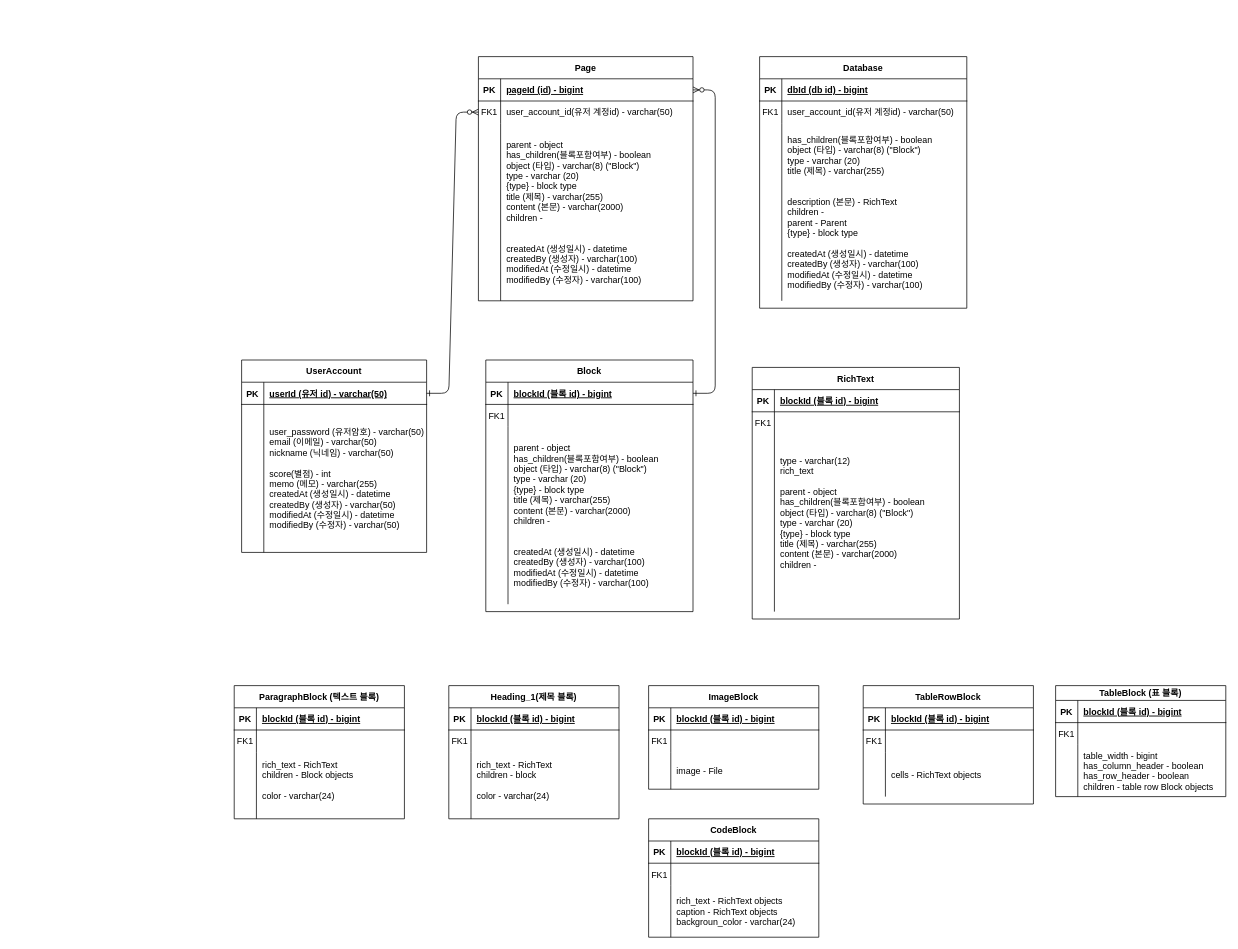
Before: capstone.drawio in jyzayu/capstone-back, a draw.io diagram. Source tidied: cells renumbered, new cells numbered last; positions are measured from the earlier drawing's top-left corner, leaving out a move shared by most shapes. Both pictures are drawn from the tidied source at 74%, with x=0, y=0 at pixel (234, 56).
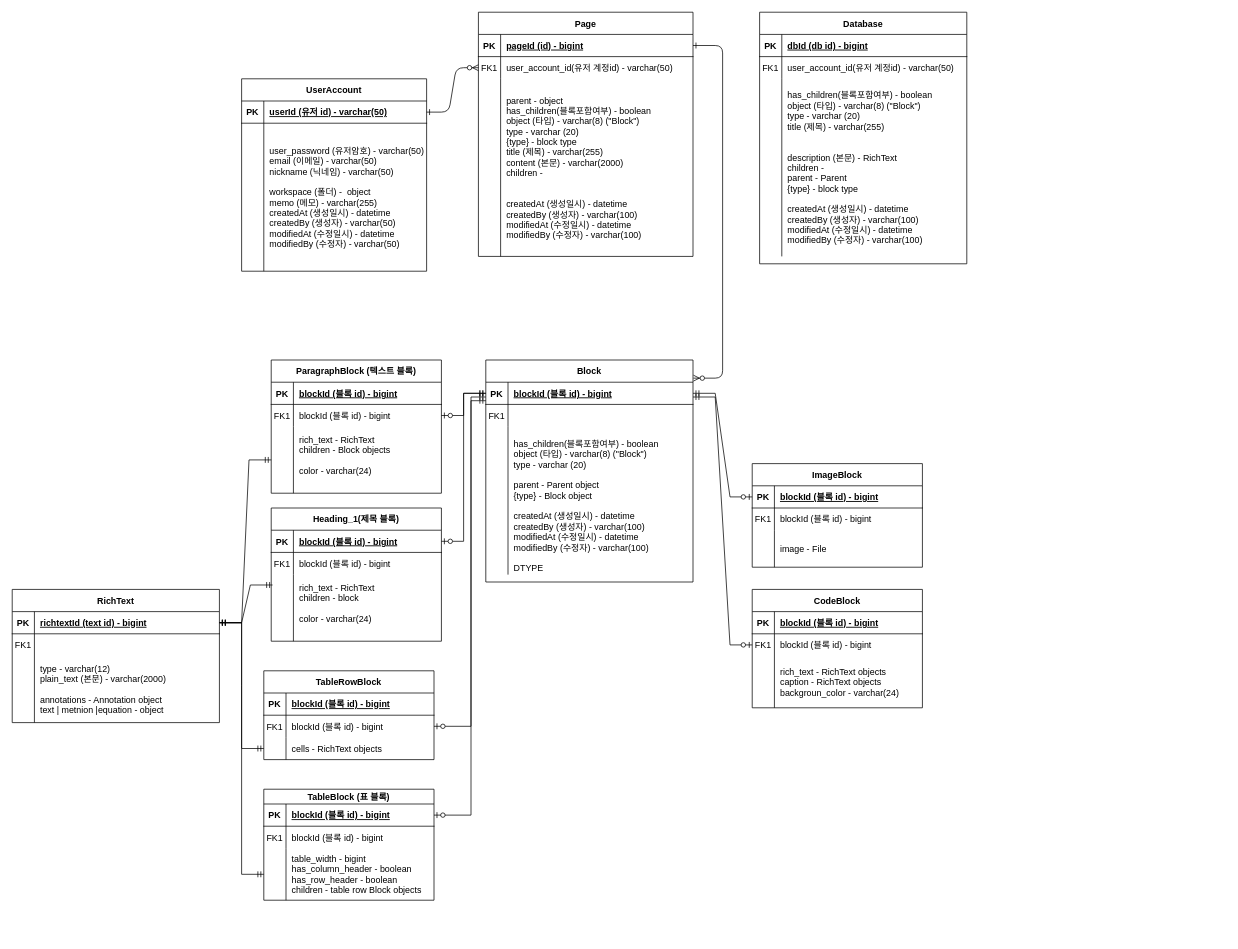
The same page after the edit.

Unchanged cells that the change refers to:
```xml
<mxCell id="5" style="shape=partialRectangle;fillColor=none;points=[[0,0.5],[1,0.5]];portConstraint=eastwest;top=0;left=0;right=0;bottom=1;" parent="4" vertex="1">
  <mxGeometry y="30" width="280" height="30" as="geometry" />
</mxCell>
<mxCell id="15" style="shape=partialRectangle;fillColor=none;points=[[0,0.5],[1,0.5]];portConstraint=eastwest;top=0;left=0;right=0;bottom=1;" parent="14" vertex="1">
  <mxGeometry y="30" width="290" height="30" as="geometry" />
</mxCell>
<mxCell id="28" style="shape=partialRectangle;fillColor=none;top=0;left=0;right=0;bottom=0;" parent="24" vertex="1">
  <mxGeometry y="60" width="250" height="200" as="geometry" />
</mxCell>
<mxCell id="35" style="shape=partialRectangle;fillColor=none;points=[[0,0.5],[1,0.5]];portConstraint=eastwest;top=0;left=0;right=0;bottom=0;" parent="31" vertex="1">
  <mxGeometry y="60" width="230" height="30" as="geometry" />
</mxCell>
<mxCell id="38" style="shape=partialRectangle;fillColor=none;points=[[0,0.5],[1,0.5]];portConstraint=eastwest;top=0;left=0;right=0;bottom=0;" parent="31" vertex="1">
  <mxGeometry y="90" width="230" height="90" as="geometry" />
</mxCell>
<mxCell id="42" style="shape=partialRectangle;fillColor=none;points=[[0,0.5],[1,0.5]];portConstraint=eastwest;top=0;left=0;right=0;bottom=1;" parent="41" vertex="1">
  <mxGeometry y="30" width="280" height="30" as="geometry" />
</mxCell>
<mxCell id="62" style="shape=partialRectangle;fillColor=none;points=[[0,0.5],[1,0.5]];portConstraint=eastwest;top=0;left=0;right=0;bottom=1;" parent="61" vertex="1">
  <mxGeometry y="30" width="230" height="30" as="geometry" />
</mxCell>
<mxCell id="65" style="shape=partialRectangle;fillColor=none;top=0;left=0;right=0;bottom=0;" parent="61" vertex="1">
  <mxGeometry y="60" width="230" height="30" as="geometry" />
</mxCell>
<mxCell id="68" style="shape=partialRectangle;fillColor=none;points=[[0,0.5],[1,0.5]];portConstraint=eastwest;top=0;left=0;right=0;bottom=0;" parent="61" vertex="1">
  <mxGeometry y="90" width="230" height="90" as="geometry" />
</mxCell>
<mxCell id="72" style="shape=partialRectangle;fillColor=none;points=[[0,0.5],[1,0.5]];portConstraint=eastwest;top=0;left=0;right=0;bottom=1;" parent="71" vertex="1">
  <mxGeometry y="20" width="230" height="30" as="geometry" />
</mxCell>
<mxCell id="75" style="shape=partialRectangle;fillColor=none;top=0;left=0;right=0;bottom=0;" parent="71" vertex="1">
  <mxGeometry y="50" width="230" height="30" as="geometry" />
</mxCell>
<mxCell id="78" style="shape=partialRectangle;fillColor=none;points=[[0,0.5],[1,0.5]];portConstraint=eastwest;top=0;left=0;right=0;bottom=0;" parent="71" vertex="1">
  <mxGeometry y="80" width="230" height="70" as="geometry" />
</mxCell>
<mxCell id="85" style="shape=partialRectangle;fillColor=none;top=0;left=0;right=0;bottom=0;" parent="81" vertex="1">
  <mxGeometry y="60" width="230" height="30" as="geometry" />
</mxCell>
<mxCell id="92" style="shape=partialRectangle;fillColor=none;points=[[0,0.5],[1,0.5]];portConstraint=eastwest;top=0;left=0;right=0;bottom=1;" parent="91" vertex="1">
  <mxGeometry y="30" width="230" height="30" as="geometry" />
</mxCell>
<mxCell id="95" style="shape=partialRectangle;fillColor=none;top=0;left=0;right=0;bottom=0;" parent="91" vertex="1">
  <mxGeometry y="60" width="230" height="30" as="geometry" />
</mxCell>
<mxCell id="105" style="shape=partialRectangle;fillColor=none;points=[[0,0.5],[1,0.5]];portConstraint=eastwest;top=0;left=0;right=0;bottom=0;" parent="101" vertex="1">
  <mxGeometry y="60" width="230" height="30" as="geometry" />
</mxCell>
```

Change to the diagram source:
```diff
@@
-    <mxCell id="3" style="edgeStyle=entityRelationEdgeStyle;endArrow=ERzeroToMany;startArrow=ERone;endFill=1;startFill=0;entryX=1;entryY=0.5;entryDx=0;entryDy=0;" parent="1" edge="1" source="5" target="15">
-      <mxGeometry relative="1" as="geometry" />
+    <mxCell id="3" style="edgeStyle=elbowEdgeStyle;endArrow=ERzeroToMany;startArrow=ERone;endFill=1;startFill=0;exitX=1;exitY=0.5;exitDx=0;exitDy=0;entryX=1.002;entryY=-0.183;entryDx=0;entryDy=0;entryPerimeter=0;" parent="1" edge="1" source="15" target="5">
+      <mxGeometry relative="1" as="geometry">
+        <Array as="points">
+          <mxPoint x="660" y="240" />
+        </Array>
+      </mxGeometry>
     </mxCell>
     <mxCell id="4" value="Block" style="shape=table;startSize=30;childLayout=tableLayout;rowLines=0;fontStyle=1;align=center;" parent="1" vertex="1">
-      <mxGeometry x="340" y="410" width="280" height="340" as="geometry" />
+      <mxGeometry x="340" y="410" width="280" height="300" as="geometry" />
     </mxCell>
@@
     <mxCell id="11" style="shape=partialRectangle;fillColor=none;top=0;left=0;right=0;bottom=0;" parent="4" vertex="1">
-      <mxGeometry y="90" width="280" height="240" as="geometry" />
+      <mxGeometry y="90" width="280" height="200" as="geometry" />
     </mxCell>
     <mxCell id="12" style="shape=partialRectangle;overflow=hidden;fillColor=none;top=0;left=0;bottom=0;right=0;" parent="11" vertex="1">
-      <mxGeometry width="30" height="240" as="geometry" />
+      <mxGeometry width="30" height="200" as="geometry" />
     </mxCell>
-    <mxCell id="13" value="parent - object&#10;has_children(블록포함여부) - boolean&#10;object (타입) - varchar(8) (&quot;Block&quot;)&#10;type - varchar (20)&#10;{type} - block type&#10;title (제목) - varchar(255)&#10;content (본문) - varchar(2000)&#10;children -&#10;&#10;&#10;createdAt (생성일시) - datetime&#10;createdBy (생성자) - varchar(100)&#10;modifiedAt (수정일시) - datetime&#10;modifiedBy (수정자) - varchar(100)" style="shape=partialRectangle;overflow=hidden;fillColor=none;top=0;left=0;bottom=0;right=0;align=left;spacingLeft=6;" parent="11" vertex="1">
-      <mxGeometry x="30" width="250" height="240" as="geometry" />
+    <mxCell id="13" value="&#10;has_children(블록포함여부) - boolean&#10;object (타입) - varchar(8) (&quot;Block&quot;)&#10;type - varchar (20)&#10;&#10;parent - Parent object&#10;{type} - Block object&#10;&#10;createdAt (생성일시) - datetime&#10;createdBy (생성자) - varchar(100)&#10;modifiedAt (수정일시) - datetime&#10;modifiedBy (수정자) - varchar(100)&#10;&#10;DTYPE" style="shape=partialRectangle;overflow=hidden;fillColor=none;top=0;left=0;bottom=0;right=0;align=left;spacingLeft=6;" parent="11" vertex="1">
+      <mxGeometry x="30" width="250" height="200" as="geometry" />
     </mxCell>
     <mxCell id="14" value="Page" style="shape=table;startSize=30;childLayout=tableLayout;rowLines=0;fontStyle=1;align=center;" parent="1" vertex="1">
-      <mxGeometry x="330" width="290" height="330" as="geometry" />
+      <mxGeometry x="330" y="-60" width="290" height="330" as="geometry" />
     </mxCell>
@@
     <mxCell id="24" value="UserAccount" style="shape=table;startSize=30;childLayout=tableLayout;rowLines=0;fontStyle=1;align=center;" parent="1" vertex="1">
-      <mxGeometry x="10" y="410" width="250" height="260" as="geometry" />
+      <mxGeometry x="10" y="30" width="250" height="260" as="geometry" />
     </mxCell>
@@
-    <mxCell id="30" value="user_password (유저암호) - varchar(50)&#10;email (이메일) - varchar(50)&#10;nickname (닉네임) - varchar(50)&#10;&#10;score(별점) - int&#10;memo (메모) - varchar(255)&#10;createdAt (생성일시) - datetime&#10;createdBy (생성자) - varchar(50)&#10;modifiedAt (수정일시) - datetime&#10;modifiedBy (수정자) - varchar(50)" style="shape=partialRectangle;overflow=hidden;fillColor=none;top=0;left=0;bottom=0;right=0;align=left;spacingLeft=6;" parent="28" vertex="1">
+    <mxCell id="30" value="user_password (유저암호) - varchar(50)&#10;email (이메일) - varchar(50)&#10;nickname (닉네임) - varchar(50)&#10;&#10;workspace (폴더) -  object&#10;memo (메모) - varchar(255)&#10;createdAt (생성일시) - datetime&#10;createdBy (생성자) - varchar(50)&#10;modifiedAt (수정일시) - datetime&#10;modifiedBy (수정자) - varchar(50)" style="shape=partialRectangle;overflow=hidden;fillColor=none;top=0;left=0;bottom=0;right=0;align=left;spacingLeft=6;" parent="28" vertex="1">
       <mxGeometry x="30" width="220" height="200" as="geometry" />
     </mxCell>
     <mxCell id="31" value="ParagraphBlock (텍스트 블록)" style="shape=table;startSize=30;childLayout=tableLayout;rowLines=0;fontStyle=1;align=center;" parent="1" vertex="1">
-      <mxGeometry y="850" width="230" height="180" as="geometry" />
+      <mxGeometry x="50" y="410" width="230" height="180" as="geometry" />
     </mxCell>
@@
-    <mxCell id="37" style="shape=partialRectangle;overflow=hidden;fillColor=none;top=0;left=0;bottom=0;right=0;align=left;spacingLeft=6;" parent="35" vertex="1">
+    <mxCell id="37" value="blockId (블록 id) - bigint" style="shape=partialRectangle;overflow=hidden;fillColor=none;top=0;left=0;bottom=0;right=0;align=left;spacingLeft=6;" parent="35" vertex="1">
       <mxGeometry x="30" width="200" height="30" as="geometry" />
     </mxCell>
@@
     <mxCell id="41" value="RichText" style="shape=table;startSize=30;childLayout=tableLayout;rowLines=0;fontStyle=1;align=center;" parent="1" vertex="1">
-      <mxGeometry x="700" y="420" width="280" height="340" as="geometry" />
+      <mxGeometry x="-300" y="720" width="280" height="180" as="geometry" />
     </mxCell>
@@
-    <mxCell id="44" value="blockId (블록 id) - bigint" style="shape=partialRectangle;overflow=hidden;fillColor=none;top=0;left=0;bottom=0;right=0;align=left;spacingLeft=6;fontStyle=5;" parent="42" vertex="1">
+    <mxCell id="44" value="richtextId (text id) - bigint" style="shape=partialRectangle;overflow=hidden;fillColor=none;top=0;left=0;bottom=0;right=0;align=left;spacingLeft=6;fontStyle=5;" parent="42" vertex="1">
       <mxGeometry x="30" width="250" height="30" as="geometry" />
     </mxCell>
@@
     <mxCell id="48" style="shape=partialRectangle;fillColor=none;top=0;left=0;right=0;bottom=0;" parent="41" vertex="1">
-      <mxGeometry y="90" width="280" height="240" as="geometry" />
+      <mxGeometry y="90" width="280" height="90" as="geometry" />
     </mxCell>
     <mxCell id="49" style="shape=partialRectangle;overflow=hidden;fillColor=none;top=0;left=0;bottom=0;right=0;" parent="48" vertex="1">
-      <mxGeometry width="30" height="240" as="geometry" />
+      <mxGeometry width="30" height="90" as="geometry" />
     </mxCell>
-    <mxCell id="50" value="type - varchar(12)&#10;rich_text&#10;&#10;parent - object&#10;has_children(블록포함여부) - boolean&#10;object (타입) - varchar(8) (&quot;Block&quot;)&#10;type - varchar (20)&#10;{type} - block type&#10;title (제목) - varchar(255)&#10;content (본문) - varchar(2000)&#10;children -&#10;&#10;" style="shape=partialRectangle;overflow=hidden;fillColor=none;top=0;left=0;bottom=0;right=0;align=left;spacingLeft=6;" parent="48" vertex="1">
-      <mxGeometry x="30" width="250" height="240" as="geometry" />
+    <mxCell id="50" value="type - varchar(12)&#10;plain_text (본문) - varchar(2000)&#10;&#10;annotations - Annotation object&#10;text | metnion |equation - object" style="shape=partialRectangle;overflow=hidden;fillColor=none;top=0;left=0;bottom=0;right=0;align=left;spacingLeft=6;" parent="48" vertex="1">
+      <mxGeometry x="30" width="250" height="90" as="geometry" />
     </mxCell>
     <mxCell id="51" value="Database" style="shape=table;startSize=30;childLayout=tableLayout;rowLines=0;fontStyle=1;align=center;" parent="1" vertex="1">
-      <mxGeometry x="710" width="280" height="340" as="geometry" />
+      <mxGeometry x="710" y="-60" width="280" height="340" as="geometry" />
     </mxCell>
@@
     <mxCell id="61" value="Heading_1(제목 블록)" style="shape=table;startSize=30;childLayout=tableLayout;rowLines=0;fontStyle=1;align=center;" parent="1" vertex="1">
-      <mxGeometry x="290" y="850" width="230" height="180" as="geometry" />
+      <mxGeometry x="50" y="610" width="230" height="180" as="geometry" />
     </mxCell>
@@
-    <mxCell id="67" style="shape=partialRectangle;overflow=hidden;fillColor=none;top=0;left=0;bottom=0;right=0;align=left;spacingLeft=6;" parent="65" vertex="1">
+    <mxCell id="67" value="blockId (블록 id) - bigint" style="shape=partialRectangle;overflow=hidden;fillColor=none;top=0;left=0;bottom=0;right=0;align=left;spacingLeft=6;" parent="65" vertex="1">
       <mxGeometry x="30" width="200" height="30" as="geometry" />
     </mxCell>
@@
     <mxCell id="71" value="TableBlock (표 블록)" style="shape=table;startSize=20;childLayout=tableLayout;rowLines=0;fontStyle=1;align=center;" parent="1" vertex="1">
-      <mxGeometry x="1110" y="850" width="230" height="150" as="geometry" />
+      <mxGeometry x="40" y="990" width="230" height="150" as="geometry" />
     </mxCell>
@@
-    <mxCell id="77" style="shape=partialRectangle;overflow=hidden;fillColor=none;top=0;left=0;bottom=0;right=0;align=left;spacingLeft=6;" parent="75" vertex="1">
+    <mxCell id="77" value="blockId (블록 id) - bigint" style="shape=partialRectangle;overflow=hidden;fillColor=none;top=0;left=0;bottom=0;right=0;align=left;spacingLeft=6;" parent="75" vertex="1">
       <mxGeometry x="30" width="200" height="30" as="geometry" />
     </mxCell>
@@
     <mxCell id="81" value="TableRowBlock" style="shape=table;startSize=30;childLayout=tableLayout;rowLines=0;fontStyle=1;align=center;" parent="1" vertex="1">
-      <mxGeometry x="850" y="850" width="230" height="160" as="geometry" />
+      <mxGeometry x="40" y="830" width="230" height="120" as="geometry" />
     </mxCell>
@@
-    <mxCell id="87" style="shape=partialRectangle;overflow=hidden;fillColor=none;top=0;left=0;bottom=0;right=0;align=left;spacingLeft=6;" parent="85" vertex="1">
+    <mxCell id="87" value="blockId (블록 id) - bigint" style="shape=partialRectangle;overflow=hidden;fillColor=none;top=0;left=0;bottom=0;right=0;align=left;spacingLeft=6;" parent="85" vertex="1">
       <mxGeometry x="30" width="200" height="30" as="geometry" />
     </mxCell>
     <mxCell id="88" style="shape=partialRectangle;fillColor=none;points=[[0,0.5],[1,0.5]];portConstraint=eastwest;top=0;left=0;right=0;bottom=0;" parent="81" vertex="1">
-      <mxGeometry y="90" width="230" height="60" as="geometry" />
+      <mxGeometry y="90" width="230" height="30" as="geometry" />
     </mxCell>
     <mxCell id="89" style="shape=partialRectangle;overflow=hidden;fillColor=none;top=0;left=0;bottom=0;right=0;" parent="88" vertex="1">
-      <mxGeometry width="30" height="60" as="geometry" />
+      <mxGeometry width="30" height="30" as="geometry" />
     </mxCell>
     <mxCell id="90" value="cells - RichText objects" style="shape=partialRectangle;overflow=hidden;fillColor=none;top=0;left=0;bottom=0;right=0;align=left;spacingLeft=6;" parent="88" vertex="1">
-      <mxGeometry x="30" width="200" height="60" as="geometry" />
+      <mxGeometry x="30" width="200" height="30" as="geometry" />
     </mxCell>
     <mxCell id="91" value="ImageBlock" style="shape=table;startSize=30;childLayout=tableLayout;rowLines=0;fontStyle=1;align=center;" parent="1" vertex="1">
-      <mxGeometry x="560" y="850" width="230" height="140" as="geometry" />
+      <mxGeometry x="700" y="550" width="230" height="140" as="geometry" />
     </mxCell>
@@
-    <mxCell id="97" style="shape=partialRectangle;overflow=hidden;fillColor=none;top=0;left=0;bottom=0;right=0;align=left;spacingLeft=6;" parent="95" vertex="1">
+    <mxCell id="97" value="blockId (블록 id) - bigint" style="shape=partialRectangle;overflow=hidden;fillColor=none;top=0;left=0;bottom=0;right=0;align=left;spacingLeft=6;" parent="95" vertex="1">
       <mxGeometry x="30" width="200" height="30" as="geometry" />
     </mxCell>
@@
     <mxCell id="101" value="CodeBlock" style="shape=table;startSize=30;childLayout=tableLayout;rowLines=0;fontStyle=1;align=center;" parent="1" vertex="1">
-      <mxGeometry x="560" y="1030" width="230" height="160" as="geometry" />
+      <mxGeometry x="700" y="720" width="230" height="160" as="geometry" />
     </mxCell>
@@
-    <mxCell id="107" style="shape=partialRectangle;overflow=hidden;fillColor=none;top=0;left=0;bottom=0;right=0;align=left;spacingLeft=6;" parent="105" vertex="1">
+    <mxCell id="107" value="blockId (블록 id) - bigint" style="shape=partialRectangle;overflow=hidden;fillColor=none;top=0;left=0;bottom=0;right=0;align=left;spacingLeft=6;" parent="105" vertex="1">
       <mxGeometry x="30" width="200" height="30" as="geometry" />
     </mxCell>
@@
+    <mxCell id="111" style="edgeStyle=entityRelationEdgeStyle;fontSize=12;html=1;endArrow=ERzeroToOne;startArrow=ERmandOne;rounded=0;entryX=1;entryY=0.5;entryDx=0;entryDy=0;exitX=0;exitY=0.5;exitDx=0;exitDy=0;" parent="1" edge="1" source="5" target="35">
+      <mxGeometry relative="1" as="geometry" />
+    </mxCell>
+    <mxCell id="112" style="edgeStyle=entityRelationEdgeStyle;fontSize=12;html=1;endArrow=ERzeroToOne;startArrow=ERmandOne;rounded=0;entryX=0;entryY=0.5;entryDx=0;entryDy=0;exitX=1;exitY=0.5;exitDx=0;exitDy=0;" parent="1" edge="1" source="5" target="92">
+      <mxGeometry relative="1" as="geometry" />
+    </mxCell>
+    <mxCell id="113" style="edgeStyle=elbowEdgeStyle;fontSize=12;html=1;endArrow=ERzeroToOne;startArrow=ERmandOne;rounded=0;" parent="1" edge="1">
+      <mxGeometry relative="1" as="geometry">
+        <mxPoint x="340" y="460" as="sourcePoint" />
+        <mxPoint x="270" y="905" as="targetPoint" />
+        <Array as="points">
+          <mxPoint x="320" y="690" />
+        </Array>
+      </mxGeometry>
+    </mxCell>
+    <mxCell id="114" style="edgeStyle=entityRelationEdgeStyle;fontSize=12;html=1;endArrow=ERzeroToOne;startArrow=ERmandOne;rounded=0;entryX=0;entryY=0.5;entryDx=0;entryDy=0;" parent="1" edge="1" target="105">
+      <mxGeometry relative="1" as="geometry">
+        <mxPoint x="620" y="460" as="sourcePoint" />
+      </mxGeometry>
+    </mxCell>
+    <mxCell id="115" style="edgeStyle=entityRelationEdgeStyle;fontSize=12;html=1;endArrow=ERzeroToOne;startArrow=ERmandOne;rounded=0;entryX=1;entryY=0.5;entryDx=0;entryDy=0;exitX=0;exitY=0.5;exitDx=0;exitDy=0;" parent="1" edge="1" source="5" target="62">
+      <mxGeometry relative="1" as="geometry" />
+    </mxCell>
+    <mxCell id="116" style="edgeStyle=orthogonalEdgeStyle;fontSize=12;html=1;endArrow=ERzeroToOne;startArrow=ERmandOne;entryX=1;entryY=0.5;entryDx=0;entryDy=0;rounded=0;" parent="1" edge="1" target="72">
+      <mxGeometry relative="1" as="geometry">
+        <mxPoint x="340" y="465" as="sourcePoint" />
+        <Array as="points">
+          <mxPoint x="320" y="465" />
+          <mxPoint x="320" y="1025" />
+        </Array>
+      </mxGeometry>
+    </mxCell>
+    <mxCell id="117" style="edgeStyle=entityRelationEdgeStyle;fontSize=12;html=1;endArrow=ERmandOne;startArrow=ERmandOne;rounded=0;" parent="1" edge="1" source="42" target="38">
+      <mxGeometry relative="1" as="geometry" />
+    </mxCell>
+    <mxCell id="118" style="edgeStyle=entityRelationEdgeStyle;fontSize=12;html=1;endArrow=ERmandOne;startArrow=ERmandOne;rounded=0;entryX=0.008;entryY=0.156;entryDx=0;entryDy=0;entryPerimeter=0;" parent="1" edge="1" source="42" target="68">
+      <mxGeometry relative="1" as="geometry" />
+    </mxCell>
+    <mxCell id="119" style="edgeStyle=entityRelationEdgeStyle;fontSize=12;html=1;endArrow=ERmandOne;startArrow=ERmandOne;rounded=0;entryX=0;entryY=0.5;entryDx=0;entryDy=0;" parent="1" edge="1" source="42" target="88">
+      <mxGeometry relative="1" as="geometry" />
+    </mxCell>
+    <mxCell id="120" style="edgeStyle=entityRelationEdgeStyle;fontSize=12;html=1;endArrow=ERmandOne;startArrow=ERmandOne;rounded=0;" parent="1" edge="1" source="42" target="78">
+      <mxGeometry relative="1" as="geometry" />
+    </mxCell>
```
